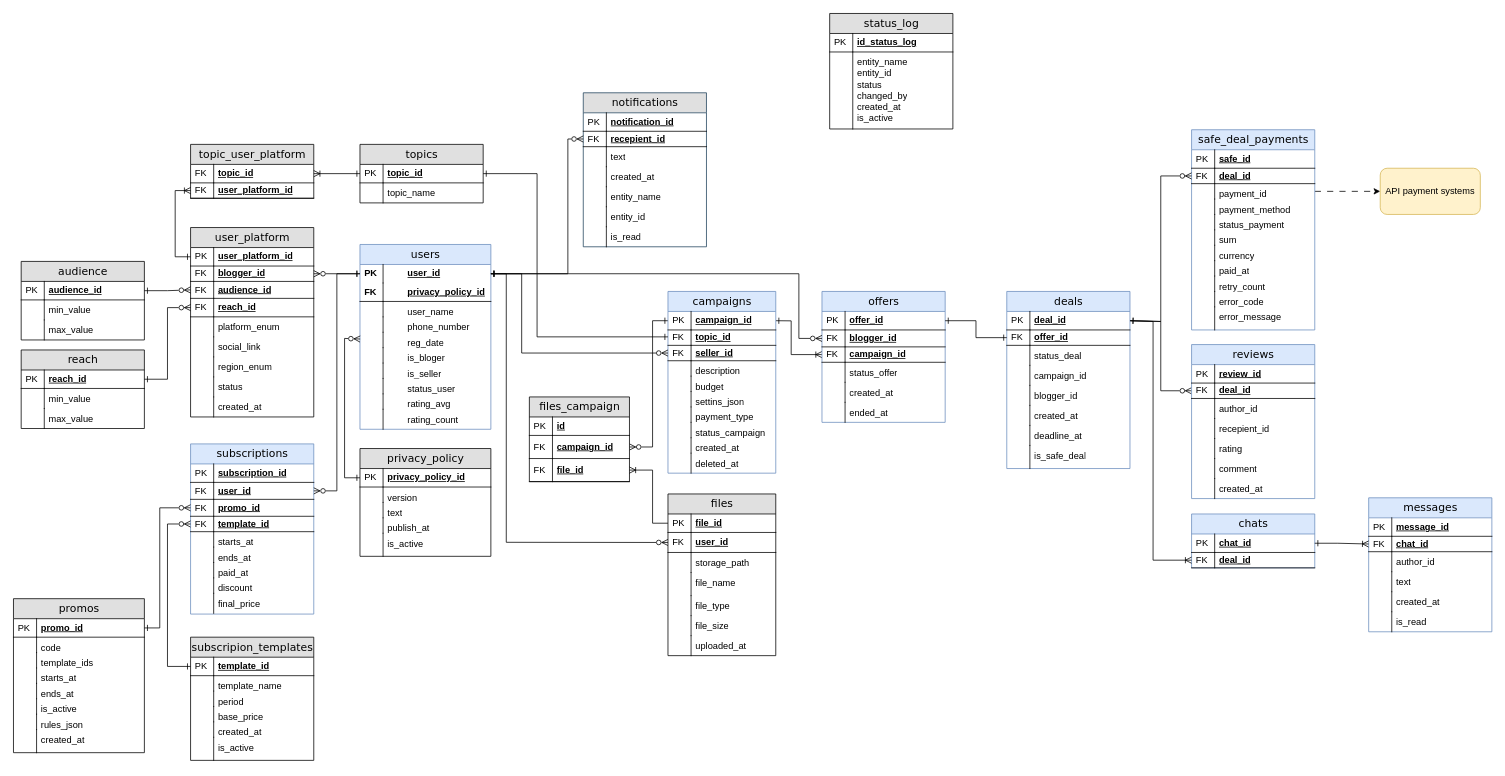
Above: diagrams/erd.drawio.xml in NadezdaHope19/practice (draw.io), before the change. Source tidied: cells renumbered, new cells numbered last; positions are measured from the earlier drawing's top-left corner, leaving out a move shared by most shapes. Both pictures are drawn from the tidied source at 77%, with x=0, y=0 at pixel (13, 13).
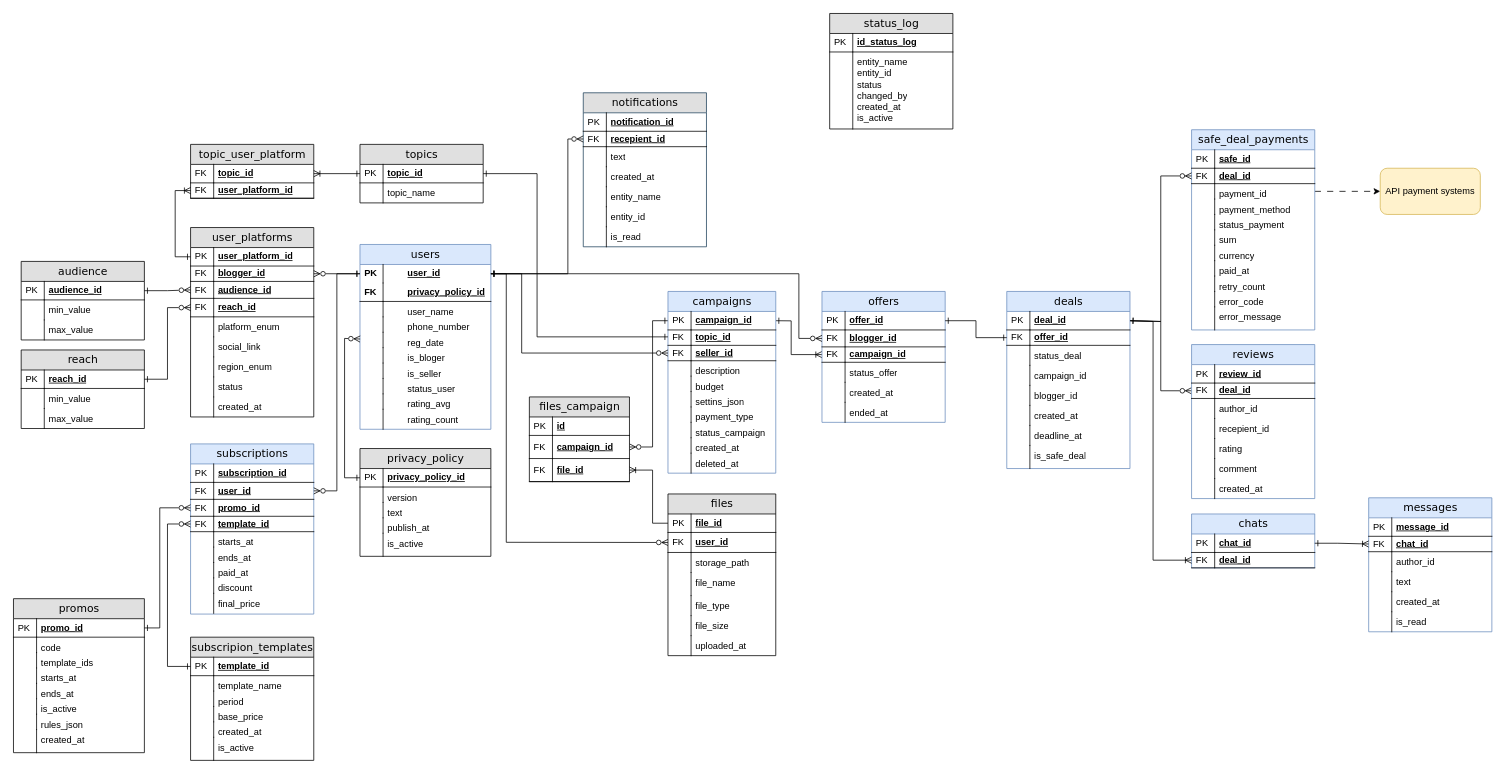
Above is the later version.

Change to the diagram source:
```diff
@@
-    <mxCell id="109" value="user_platform" style="swimlane;html=1;fontStyle=0;horizontal=1;startSize=26;fillColor=#e0e0e0;swimlaneFillColor=#ffffff;align=center;rounded=0;shadow=0;comic=0;labelBackgroundColor=none;strokeWidth=1;fontFamily=Verdana;fontSize=14;" parent="1" vertex="1">
+    <mxCell id="109" value="user_platforms" style="swimlane;html=1;fontStyle=0;horizontal=1;startSize=26;fillColor=#e0e0e0;swimlaneFillColor=#ffffff;align=center;rounded=0;shadow=0;comic=0;labelBackgroundColor=none;strokeWidth=1;fontFamily=Verdana;fontSize=14;" parent="1" vertex="1">
       <mxGeometry x="230" y="278" width="160" height="246" as="geometry" />
     </mxCell>
```
